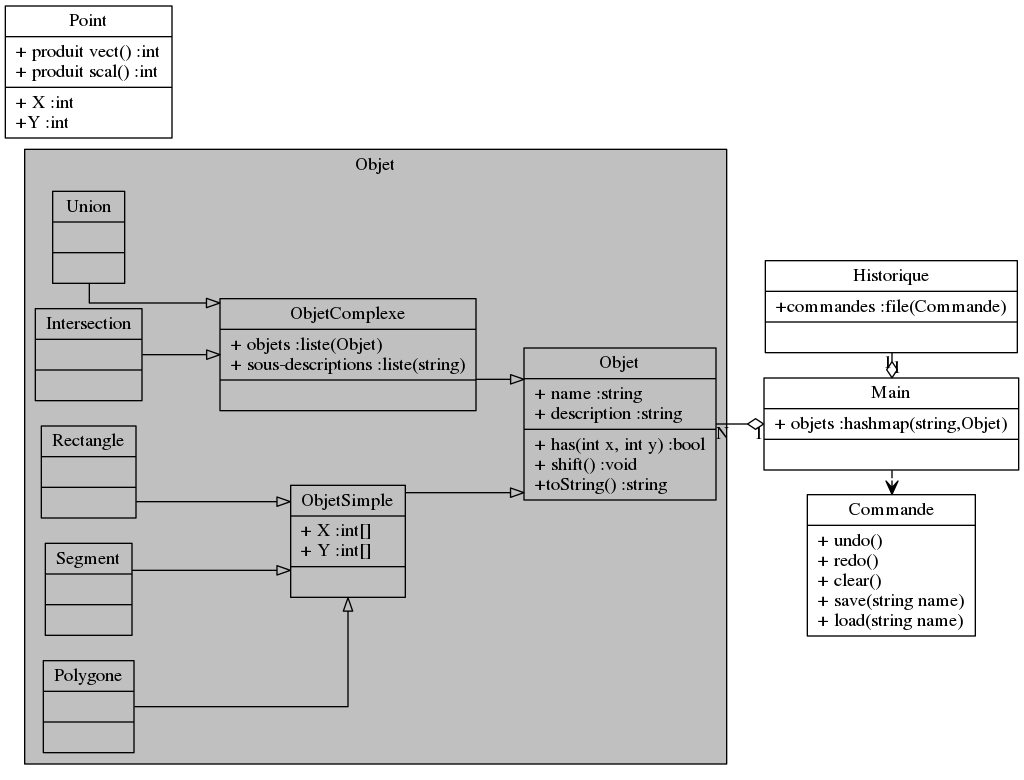
BuonOmo/tp-heritage keeps this Graphviz diagram as diag_de_classe.png. Above is the earlier version. Its source is kept beside it as diag_de_classe.dot.
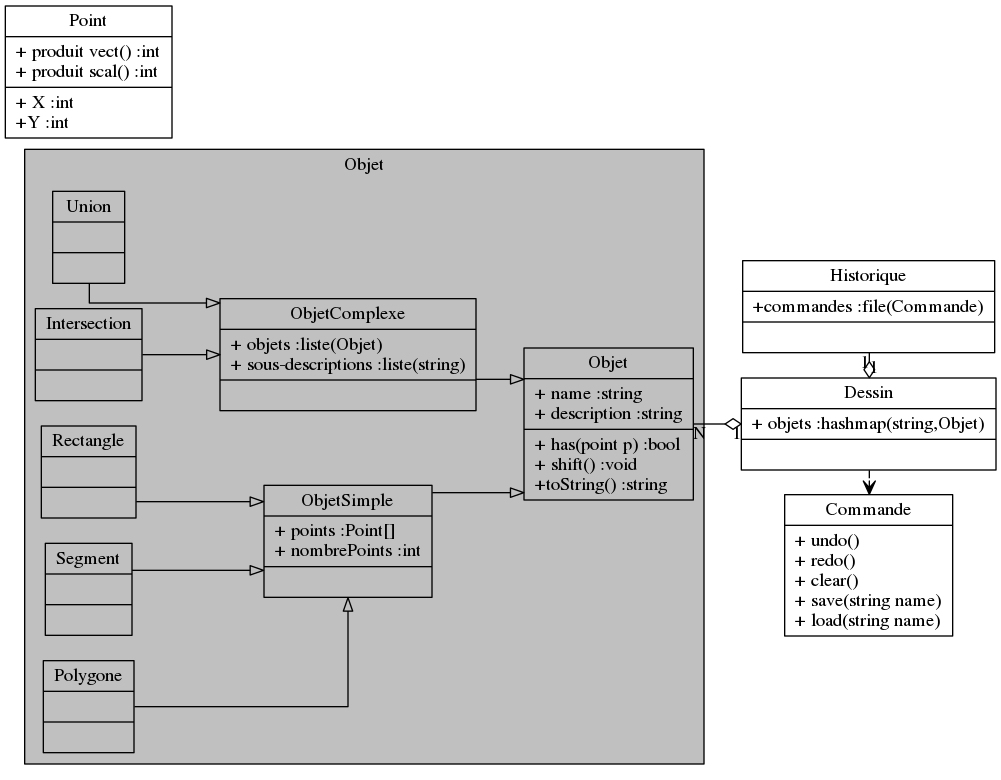
The same diagram one commit later.

Change to the diagram source:
```diff
@@ -19,9 +19,9 @@
     "Point" [label="Point|+ produit vect() :int\l+ produit scal() :int\l|+ X :int\l+Y :int\l",shape=record]
     "Commande"  [label="Commande|+ undo()\l+ redo()\l+ clear()\l+ save(string name)\l+ load(string name)\l", shape="record"]
     "Historique" [label="Historique|+commandes :file(Commande)|", shape="record"]
-    "Main" [label="Main|+ objets :hashmap(string,Objet)|", shape="record"]
+    "Dessin" [label="Dessin|+ objets :hashmap(string,Objet)|", shape="record"]
     /* Relationships */
-    rank = same {"Main", "Commande", "Historique"}
+    rank = same {"Dessin", "Commande", "Historique"}
     "Union"         -> "ObjetComplexe" [arrowhead=empty]
     "Intersection"  -> "ObjetComplexe" [arrowhead=empty]
     "ObjetComplexe" -> "Objet" [arrowhead=empty]
@@ -29,7 +29,7 @@
     "Polygone"      -> "ObjetSimple" [arrowhead=empty]
     "Segment"       -> "ObjetSimple" [arrowhead=empty]
     "ObjetSimple"   -> "Objet" [arrowhead=empty]
-    "Objet"         -> "Main" [arrowhead=ediamond, taillabel=N, headlabel=1]
-    "Historique"    -> "Main" [arrowhead=ediamond, taillabel=1, headlabel=1]
-    "Main"          -> "Commande" [arrowhead=vee, style=dashed]
+    "Objet"         -> "Dessin" [arrowhead=ediamond, taillabel=N, headlabel=1]
+    "Historique"    -> "Dessin" [arrowhead=ediamond, taillabel=1, headlabel=1]
+    "Dessin"          -> "Commande" [arrowhead=vee, style=dashed]
 }
```
